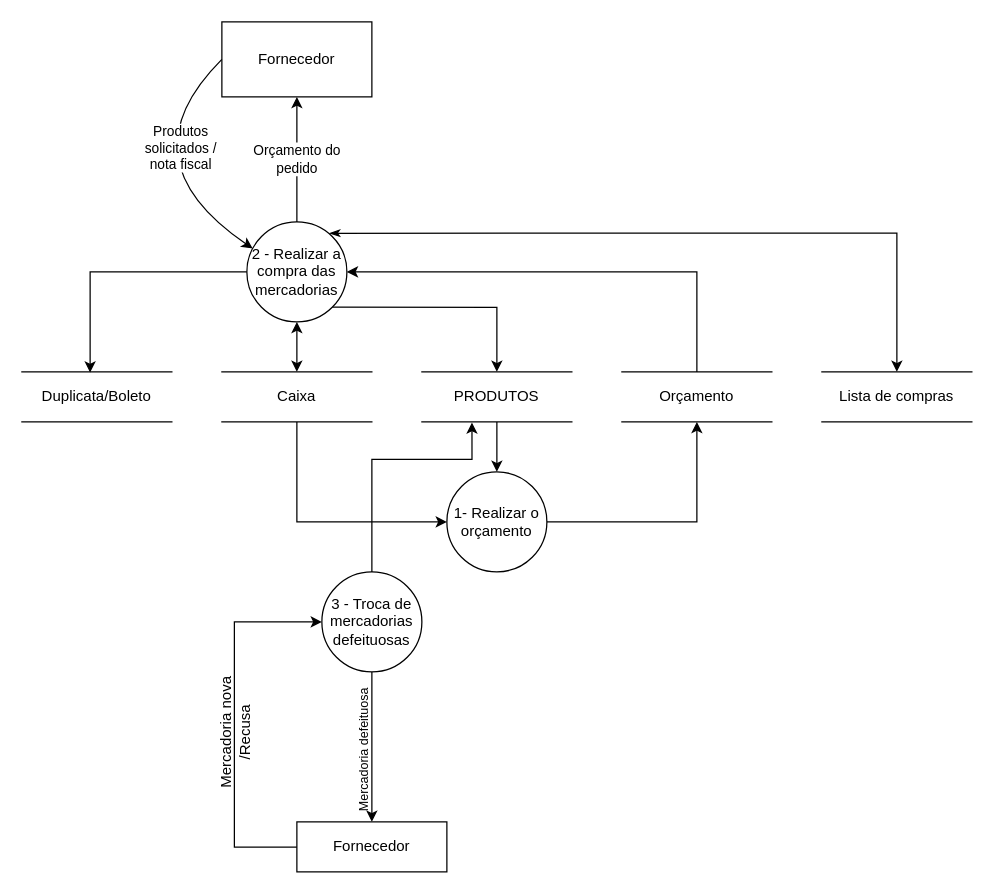
Above: docs/ARTEFATOS(15-23)/COMPRAR_PRODUTOS/DFD_COMPRAR_PRODUTOS.drawio in Darienzo08/ope_ads (draw.io), before the change. Source tidied: cells renumbered, new cells numbered last; positions are measured from the earlier drawing's top-left corner, leaving out a move shared by most shapes. Both pictures are drawn from the tidied source at 125%, with x=0, y=0 at pixel (21, 21).
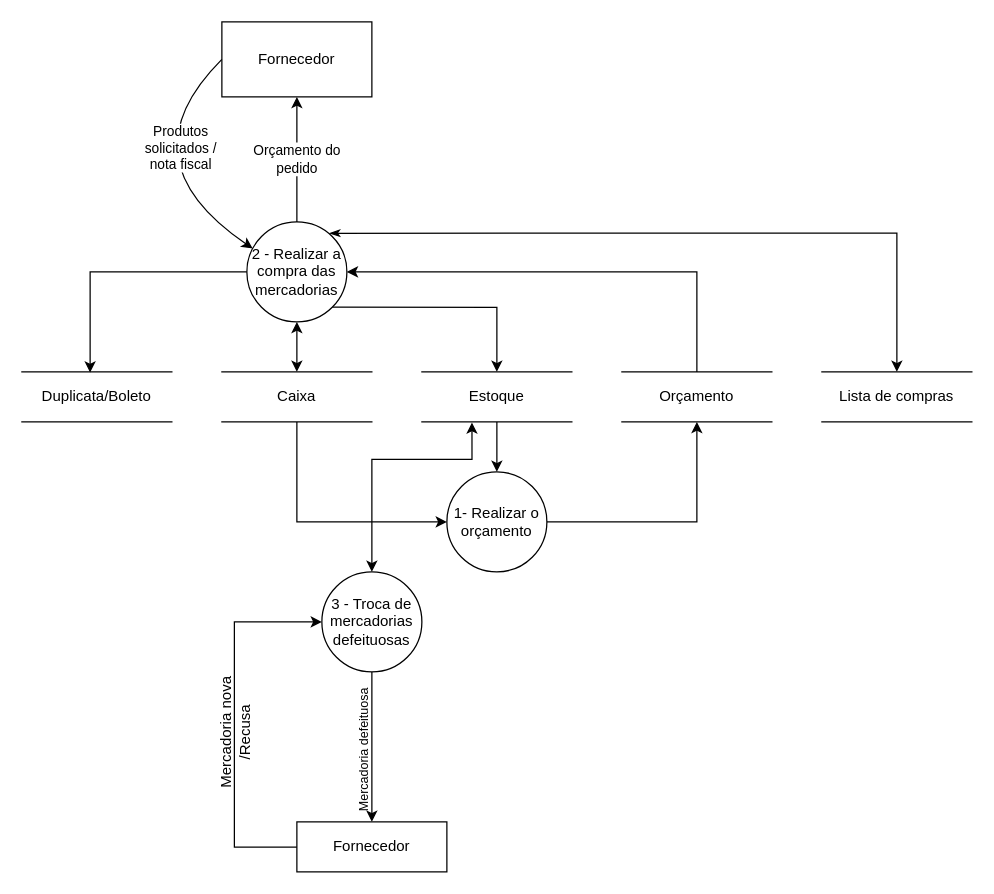
Above is the later version.

Unchanged cells that the change refers to:
```xml
<mxCell id="10" value="3 - Troca de mercadorias defeituosas" style="ellipse;whiteSpace=wrap;html=1;" parent="1" vertex="1">
  <mxGeometry x="240" y="440" width="80" height="80" as="geometry" />
</mxCell>
```

Change to the diagram source:
```diff
@@
-    <mxCell id="9" style="edgeStyle=orthogonalEdgeStyle;rounded=0;jettySize=auto;html=1;startArrow=none;startFill=0;entryX=0.334;entryY=1.014;entryDx=0;entryDy=0;entryPerimeter=0;" parent="1" edge="1" source="10" target="12">
+    <mxCell id="9" style="edgeStyle=orthogonalEdgeStyle;rounded=0;jettySize=auto;html=1;startArrow=classic;startFill=1;entryX=0.334;entryY=1.014;entryDx=0;entryDy=0;entryPerimeter=0;" parent="1" edge="1" source="10" target="12">
       <mxGeometry relative="1" as="geometry">
         <Array as="points">
           <mxPoint x="280" y="350" />
           <mxPoint x="360" y="350" />
         </Array>
       </mxGeometry>
     </mxCell>
@@
-    <mxCell id="12" value="PRODUTOS" style="shape=partialRectangle;whiteSpace=wrap;html=1;left=0;right=0;fillColor=none;" parent="1" vertex="1">
+    <mxCell id="12" value="Estoque" style="shape=partialRectangle;whiteSpace=wrap;html=1;left=0;right=0;fillColor=none;" parent="1" vertex="1">
       <mxGeometry x="320" y="280" width="120" height="40" as="geometry" />
     </mxCell>
```
